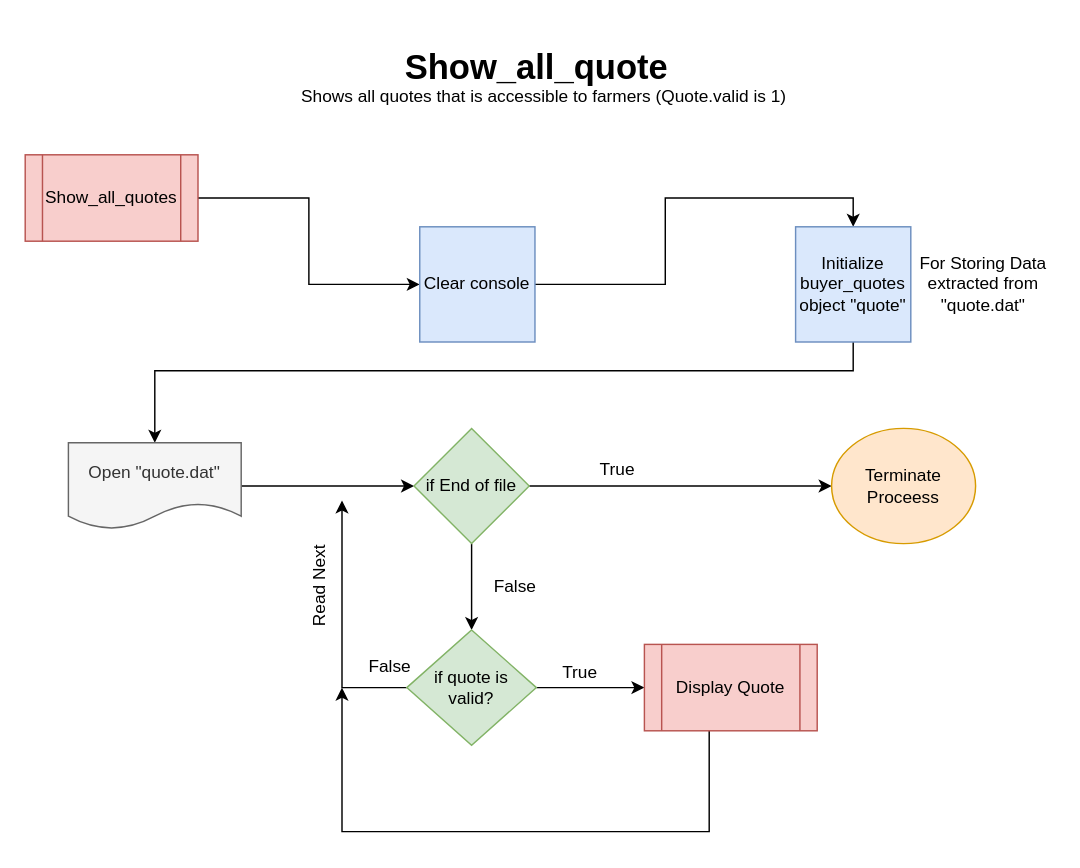
This is Flow Charts/15. Show_all_quotes.drawio from dhruvbanerjee77/FARMHOUSE-A-Marketing-Portal, a draw.io file, before an edit. Source tidied: cells renumbered, new cells numbered last; positions are measured from the earlier drawing's top-left corner, leaving out a move shared by most shapes. Both pictures are drawn from the tidied source at 144%, with x=0, y=0 at pixel (24, 39).
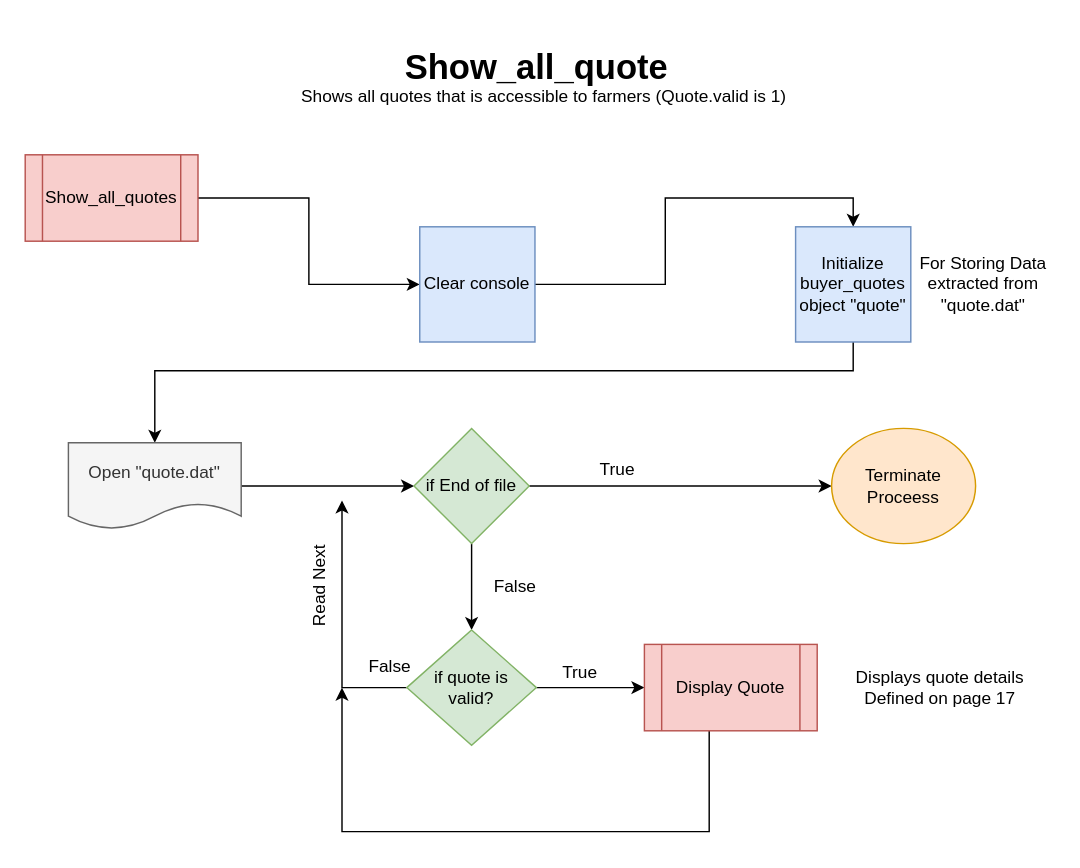
The same diagram, later.

The edit, as a diff of the source:
```diff
@@
+    <mxCell id="27" value="Displays quote details&lt;br&gt;Defined on page 17" style="text;html=1;align=center;verticalAlign=middle;" parent="1" vertex="1">
+      <mxGeometry x="570" y="435" width="130" height="30" as="geometry" />
+    </mxCell>
```
